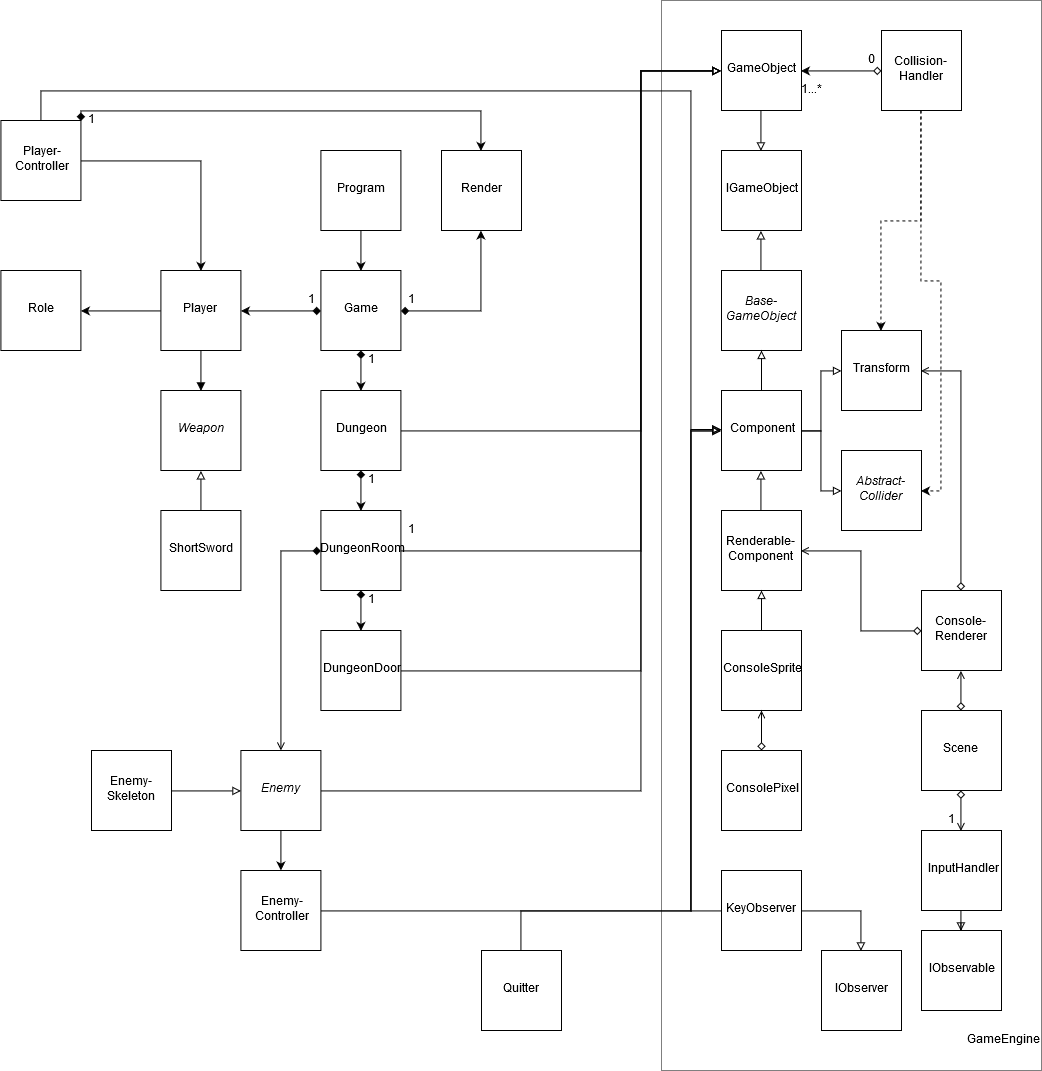
Earlier version of the draw.io export DiabloUml.png (JBernardoRebelo/Projeto2_LPII_Fernandez_Rebelo). Source tidied: cells renumbered, new cells last; positions are measured from the earlier drawing's top-left corner, leaving out a move shared by most shapes.
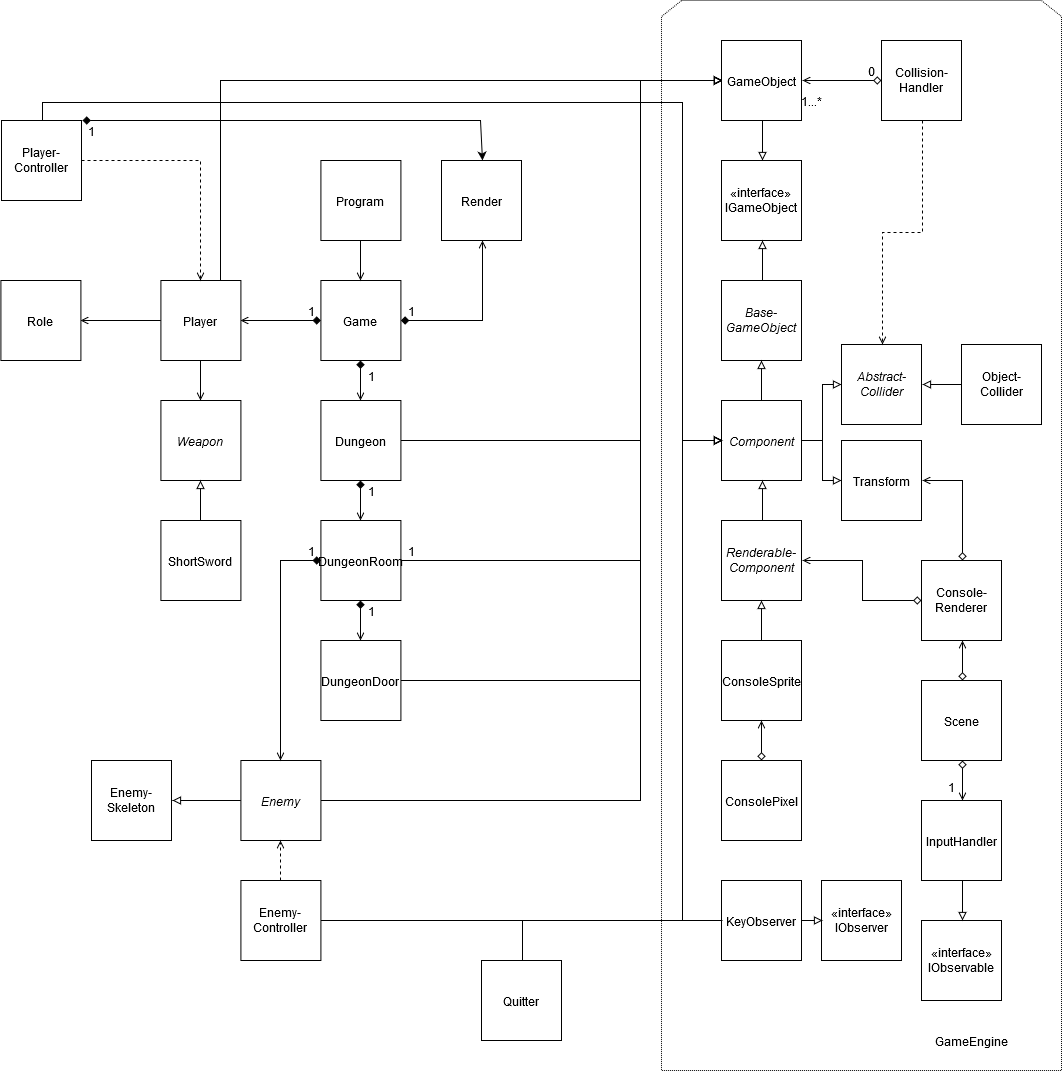
The same file after the commit.

Commit message:
Update README, UML, XML

What changed in the source:
```diff
@@ -4,9 +4,9 @@
     <mxCell id="1" parent="0" />
-    <mxCell id="2" style="edgeStyle=orthogonalEdgeStyle;rounded=0;jettySize=auto;html=1;startArrow=diamond;startFill=1;" parent="1" edge="1" source="5" target="6">
+    <mxCell id="2" style="edgeStyle=orthogonalEdgeStyle;rounded=0;jettySize=auto;html=1;startArrow=diamond;startFill=1;endArrow=open;endFill=0;" parent="1" edge="1" source="5" target="6">
       <mxGeometry relative="1" as="geometry" />
     </mxCell>
-    <mxCell id="3" style="edgeStyle=orthogonalEdgeStyle;rounded=0;jettySize=auto;html=1;entryX=0.5;entryY=0;entryDx=0;entryDy=0;startArrow=diamond;startFill=1;" parent="1" edge="1" source="5" target="12">
+    <mxCell id="3" style="edgeStyle=orthogonalEdgeStyle;rounded=0;jettySize=auto;html=1;entryX=0.5;entryY=0;entryDx=0;entryDy=0;startArrow=diamond;startFill=1;endArrow=open;endFill=0;" parent="1" edge="1" source="5" target="12">
       <mxGeometry relative="1" as="geometry" />
     </mxCell>
-    <mxCell id="4" style="edgeStyle=orthogonalEdgeStyle;rounded=0;jettySize=auto;html=1;entryX=1;entryY=0.5;entryDx=0;entryDy=0;startArrow=diamond;startFill=1;" parent="1" edge="1" source="5" target="19">
+    <mxCell id="4" style="edgeStyle=orthogonalEdgeStyle;rounded=0;jettySize=auto;html=1;entryX=1;entryY=0.5;entryDx=0;entryDy=0;startArrow=diamond;startFill=1;endArrow=open;endFill=0;" parent="1" edge="1" source="5" target="19">
       <mxGeometry relative="1" as="geometry" />
@@ -19,5 +19,2 @@
     </mxCell>
-    <mxCell id="7" style="edgeStyle=orthogonalEdgeStyle;rounded=0;jettySize=auto;html=1;" parent="1" edge="1" source="9" target="31">
-      <mxGeometry relative="1" as="geometry" />
-    </mxCell>
     <mxCell id="8" style="edgeStyle=orthogonalEdgeStyle;rounded=0;jettySize=auto;html=1;entryX=0;entryY=0.5;entryDx=0;entryDy=0;startArrow=none;startFill=0;endArrow=block;endFill=0;" parent="1" edge="1" source="9" target="46">
@@ -30,2 +27,5 @@
     </mxCell>
+    <mxCell id="84" style="edgeStyle=orthogonalEdgeStyle;rounded=0;jettySize=auto;html=1;entryX=1;entryY=0.5;entryDx=0;entryDy=0;endArrow=block;endFill=0;" parent="1" edge="1" source="9" target="24">
+      <mxGeometry relative="1" as="geometry" />
+    </mxCell>
     <mxCell id="9" value="&lt;i&gt;Enemy&lt;/i&gt;" style="whiteSpace=wrap;html=1;" parent="1" vertex="1">
@@ -33,3 +33,3 @@
     </mxCell>
-    <mxCell id="10" style="edgeStyle=orthogonalEdgeStyle;rounded=0;jettySize=auto;html=1;entryX=0.5;entryY=0;entryDx=0;entryDy=0;startArrow=diamond;startFill=1;" parent="1" edge="1" source="12" target="16">
+    <mxCell id="10" style="edgeStyle=orthogonalEdgeStyle;rounded=0;jettySize=auto;html=1;entryX=0.5;entryY=0;entryDx=0;entryDy=0;startArrow=diamond;startFill=1;endArrow=open;endFill=0;" parent="1" edge="1" source="12" target="16">
       <mxGeometry relative="1" as="geometry" />
@@ -47,3 +47,3 @@
     </mxCell>
-    <mxCell id="13" style="edgeStyle=orthogonalEdgeStyle;rounded=0;jettySize=auto;html=1;entryX=0.5;entryY=0;entryDx=0;entryDy=0;startArrow=diamond;startFill=1;" parent="1" edge="1" source="16" target="29">
+    <mxCell id="13" style="edgeStyle=orthogonalEdgeStyle;rounded=0;jettySize=auto;html=1;entryX=0.5;entryY=0;entryDx=0;entryDy=0;startArrow=diamond;startFill=1;endArrow=open;endFill=0;" parent="1" edge="1" source="16" target="29">
       <mxGeometry relative="1" as="geometry" />
@@ -68,8 +68,11 @@
     </mxCell>
-    <mxCell id="17" style="edgeStyle=orthogonalEdgeStyle;rounded=0;jettySize=auto;html=1;entryX=0.5;entryY=0;entryDx=0;entryDy=0;endArrow=block;endFill=1;" parent="1" edge="1" source="19" target="25">
+    <mxCell id="17" style="edgeStyle=orthogonalEdgeStyle;rounded=0;jettySize=auto;html=1;entryX=0.5;entryY=0;entryDx=0;entryDy=0;endArrow=open;endFill=0;" parent="1" edge="1" source="19" target="25">
       <mxGeometry relative="1" as="geometry" />
     </mxCell>
-    <mxCell id="18" style="edgeStyle=orthogonalEdgeStyle;rounded=0;jettySize=auto;html=1;entryX=1;entryY=0.5;entryDx=0;entryDy=0;" parent="1" edge="1" source="19" target="20">
+    <mxCell id="18" style="edgeStyle=orthogonalEdgeStyle;rounded=0;jettySize=auto;html=1;entryX=1;entryY=0.5;entryDx=0;entryDy=0;endArrow=open;endFill=0;" parent="1" edge="1" source="19" target="20">
       <mxGeometry relative="1" as="geometry" />
     </mxCell>
+    <mxCell id="85" style="edgeStyle=orthogonalEdgeStyle;rounded=0;jettySize=auto;html=1;exitX=0.75;exitY=0;exitDx=0;exitDy=0;entryX=0;entryY=0.5;entryDx=0;entryDy=0;endArrow=block;endFill=0;" parent="1" edge="1" source="19" target="46">
+      <mxGeometry relative="1" as="geometry" />
+    </mxCell>
     <mxCell id="19" value="Player" style="whiteSpace=wrap;html=1;" parent="1" vertex="1">
@@ -80,3 +83,3 @@
     </mxCell>
-    <mxCell id="21" style="edgeStyle=orthogonalEdgeStyle;rounded=0;jettySize=auto;html=1;entryX=0.5;entryY=0;entryDx=0;entryDy=0;startArrow=none;startFill=0;" parent="1" edge="1" source="22" target="5">
+    <mxCell id="21" style="edgeStyle=orthogonalEdgeStyle;rounded=0;jettySize=auto;html=1;entryX=0.5;entryY=0;entryDx=0;entryDy=0;startArrow=none;startFill=0;endArrow=open;endFill=0;" parent="1" edge="1" source="22" target="5">
       <mxGeometry relative="1" as="geometry" />
@@ -86,5 +89,2 @@
     </mxCell>
-    <mxCell id="23" style="edgeStyle=orthogonalEdgeStyle;rounded=0;jettySize=auto;html=1;exitX=1;exitY=0.5;exitDx=0;exitDy=0;entryX=0;entryY=0.5;entryDx=0;entryDy=0;startArrow=none;startFill=0;endArrow=block;endFill=0;" parent="1" edge="1" source="24" target="9">
-      <mxGeometry relative="1" as="geometry" />
-    </mxCell>
     <mxCell id="24" value="Enemy-Skeleton" style="whiteSpace=wrap;html=1;" parent="1" vertex="1">
@@ -112,8 +112,9 @@
     </mxCell>
-    <mxCell id="30" style="edgeStyle=orthogonalEdgeStyle;rounded=0;jettySize=auto;html=1;startArrow=none;startFill=0;endArrow=block;endFill=0;" parent="1" edge="1" source="31">
+    <mxCell id="30" style="edgeStyle=orthogonalEdgeStyle;rounded=0;orthogonalLoop=1;jettySize=auto;html=1;startArrow=none;startFill=0;endArrow=block;endFill=0;" parent="1" edge="1">
       <mxGeometry relative="1" as="geometry">
+        <mxPoint x="320.4" y="910" as="sourcePoint" />
         <mxPoint x="721" y="429" as="targetPoint" />
         <Array as="points">
-          <mxPoint x="690" y="910" />
-          <mxPoint x="690" y="429" />
+          <mxPoint x="681" y="910" />
+          <mxPoint x="681" y="429" />
         </Array>
@@ -121,2 +122,5 @@
     </mxCell>
+    <mxCell id="86" style="edgeStyle=orthogonalEdgeStyle;rounded=0;jettySize=auto;html=1;entryX=0.5;entryY=1;entryDx=0;entryDy=0;endArrow=open;endFill=0;dashed=1;" parent="1" edge="1" source="31" target="9">
+      <mxGeometry relative="1" as="geometry" />
+    </mxCell>
     <mxCell id="31" value="&lt;div&gt;Enemy-&lt;/div&gt;&lt;div&gt;Controller&lt;/div&gt;" style="whiteSpace=wrap;html=1;" parent="1" vertex="1">
@@ -124,3 +128,3 @@
     </mxCell>
-    <mxCell id="32" style="edgeStyle=orthogonalEdgeStyle;rounded=0;jettySize=auto;html=1;entryX=0.5;entryY=0;entryDx=0;entryDy=0;" parent="1" edge="1" source="35" target="19">
+    <mxCell id="32" style="edgeStyle=orthogonalEdgeStyle;rounded=0;jettySize=auto;html=1;entryX=0.5;entryY=0;entryDx=0;entryDy=0;dashed=1;endArrow=open;endFill=0;" parent="1" edge="1" source="35" target="19">
       <mxGeometry relative="1" as="geometry" />
@@ -134,9 +138,10 @@
     </mxCell>
-    <mxCell id="34" style="edgeStyle=orthogonalEdgeStyle;rounded=0;jettySize=auto;html=1;startArrow=none;startFill=0;endArrow=block;endFill=0;" parent="1" edge="1" source="35">
+    <mxCell id="34" style="edgeStyle=orthogonalEdgeStyle;rounded=0;orthogonalLoop=1;jettySize=auto;html=1;startArrow=none;startFill=0;endArrow=block;endFill=0;" parent="1" edge="1">
       <mxGeometry relative="1" as="geometry">
-        <mxPoint x="721" y="429" as="targetPoint" />
+        <mxPoint x="41" y="111" as="sourcePoint" />
+        <mxPoint x="721" y="430" as="targetPoint" />
         <Array as="points">
-          <mxPoint x="40" y="90" />
-          <mxPoint x="690" y="90" />
-          <mxPoint x="690" y="429" />
+          <mxPoint x="41" y="91" />
+          <mxPoint x="681" y="91" />
+          <mxPoint x="681" y="430" />
         </Array>
@@ -145,3 +150,3 @@
     <mxCell id="35" value="&lt;div&gt;Player-&lt;/div&gt;&lt;div&gt;Controller&lt;br&gt;&lt;/div&gt;" style="whiteSpace=wrap;html=1;" parent="1" vertex="1">
-      <mxGeometry x="0.4" y="120" width="80" height="80" as="geometry" />
+      <mxGeometry x="1" y="110" width="80" height="80" as="geometry" />
     </mxCell>
@@ -151,4 +156,4 @@
           <mxPoint x="521" y="910" />
-          <mxPoint x="690" y="910" />
-          <mxPoint x="690" y="430" />
+          <mxPoint x="681" y="910" />
+          <mxPoint x="681" y="430" />
         </Array>
@@ -166,3 +171,3 @@
     <mxCell id="40" value="1" style="text;html=1;strokeColor=none;fillColor=none;align=center;verticalAlign=middle;whiteSpace=wrap;rounded=0;" parent="1" vertex="1">
-      <mxGeometry x="351" y="350" width="40" height="20" as="geometry" />
+      <mxGeometry x="356" y="360" width="30" height="10" as="geometry" />
     </mxCell>
@@ -172,3 +177,3 @@
     <mxCell id="42" value="1" style="text;html=1;strokeColor=none;fillColor=none;align=center;verticalAlign=middle;whiteSpace=wrap;rounded=0;" parent="1" vertex="1">
-      <mxGeometry x="391" y="520" width="40" height="20" as="geometry" />
+      <mxGeometry x="391" y="530" width="40" height="20" as="geometry" />
     </mxCell>
@@ -186,3 +191,3 @@
     </mxCell>
-    <mxCell id="47" value="&lt;div&gt;IGameObject&lt;/div&gt;" style="whiteSpace=wrap;html=1;" parent="1" vertex="1">
+    <mxCell id="47" value="&lt;div&gt;«interface»&lt;br&gt;&lt;/div&gt;&lt;div&gt;IGameObject&lt;/div&gt;" style="whiteSpace=wrap;html=1;" parent="1" vertex="1">
       <mxGeometry x="721" y="150" width="80" height="80" as="geometry" />
@@ -204,3 +209,3 @@
     </mxCell>
-    <mxCell id="53" value="Component" style="whiteSpace=wrap;html=1;" parent="1" vertex="1">
+    <mxCell id="53" value="&lt;i&gt;Component&lt;/i&gt;" style="whiteSpace=wrap;html=1;" parent="1" vertex="1">
       <mxGeometry x="721" y="390" width="80" height="80" as="geometry" />
@@ -208,6 +213,6 @@
     <mxCell id="54" value="Transform" style="whiteSpace=wrap;html=1;" parent="1" vertex="1">
-      <mxGeometry x="841" y="330" width="80" height="80" as="geometry" />
+      <mxGeometry x="841" y="430" width="80" height="80" as="geometry" />
     </mxCell>
     <mxCell id="55" value="&lt;i&gt;Abstract-Collider&lt;/i&gt;" style="whiteSpace=wrap;html=1;" parent="1" vertex="1">
-      <mxGeometry x="841" y="450" width="80" height="80" as="geometry" />
+      <mxGeometry x="841" y="334" width="80" height="80" as="geometry" />
     </mxCell>
@@ -216,14 +221,11 @@
     </mxCell>
-    <mxCell id="57" value="Renderable-Component" style="whiteSpace=wrap;html=1;" parent="1" vertex="1">
+    <mxCell id="57" value="&lt;i&gt;Renderable-Component&lt;/i&gt;" style="whiteSpace=wrap;html=1;" parent="1" vertex="1">
       <mxGeometry x="721" y="510" width="80" height="80" as="geometry" />
     </mxCell>
-    <mxCell id="58" style="edgeStyle=orthogonalEdgeStyle;rounded=0;jettySize=auto;html=1;entryX=1;entryY=0.5;entryDx=0;entryDy=0;startArrow=diamond;startFill=0;endArrow=classic;endFill=1;" parent="1" edge="1" source="61" target="46">
+    <mxCell id="58" style="edgeStyle=orthogonalEdgeStyle;rounded=0;jettySize=auto;html=1;entryX=1;entryY=0.5;entryDx=0;entryDy=0;startArrow=diamond;startFill=0;endArrow=open;endFill=0;" parent="1" edge="1" source="61" target="46">
       <mxGeometry relative="1" as="geometry" />
     </mxCell>
-    <mxCell id="59" style="edgeStyle=orthogonalEdgeStyle;rounded=0;jettySize=auto;html=1;entryX=1;entryY=0.5;entryDx=0;entryDy=0;startArrow=none;startFill=0;endArrow=classic;endFill=1;dashed=1;" parent="1" edge="1" source="61" target="55">
+    <mxCell id="59" style="edgeStyle=orthogonalEdgeStyle;rounded=0;jettySize=auto;html=1;endArrow=open;endFill=0;dashed=1;" parent="1" edge="1" source="61" target="55">
       <mxGeometry relative="1" as="geometry" />
     </mxCell>
-    <mxCell id="60" style="edgeStyle=orthogonalEdgeStyle;rounded=0;jettySize=auto;html=1;entryX=0.5;entryY=0;entryDx=0;entryDy=0;dashed=1;startArrow=none;startFill=0;endArrow=classic;endFill=1;" parent="1" edge="1" source="61" target="54">
-      <mxGeometry relative="1" as="geometry" />
-    </mxCell>
     <mxCell id="61" value="Collision-Handler" style="whiteSpace=wrap;html=1;" parent="1" vertex="1">
@@ -244,3 +246,3 @@
     <mxCell id="66" value="Scene" style="whiteSpace=wrap;html=1;" parent="1" vertex="1">
-      <mxGeometry x="921" y="710" width="80" height="80" as="geometry" />
+      <mxGeometry x="921" y="670" width="80" height="80" as="geometry" />
     </mxCell>
@@ -259,3 +261,3 @@
     <mxCell id="71" value="Console-Renderer" style="whiteSpace=wrap;html=1;" parent="1" vertex="1">
-      <mxGeometry x="921" y="590" width="80" height="80" as="geometry" />
+      <mxGeometry x="921" y="550" width="80" height="80" as="geometry" />
     </mxCell>
@@ -267,3 +269,3 @@
     </mxCell>
-    <mxCell id="74" style="edgeStyle=orthogonalEdgeStyle;rounded=0;jettySize=auto;html=1;entryX=0.5;entryY=0;entryDx=0;entryDy=0;startArrow=none;startFill=0;endArrow=block;endFill=0;" parent="1" edge="1" source="75" target="82">
+    <mxCell id="74" style="edgeStyle=orthogonalEdgeStyle;rounded=0;jettySize=auto;html=1;entryX=0.5;entryY=0;entryDx=0;entryDy=0;endArrow=block;endFill=0;" parent="1" edge="1" source="75" target="82">
       <mxGeometry relative="1" as="geometry" />
@@ -271,18 +273,17 @@
     <mxCell id="75" value="InputHandler" style="whiteSpace=wrap;html=1;" parent="1" vertex="1">
-      <mxGeometry x="921" y="830" width="80" height="80" as="geometry" />
+      <mxGeometry x="921" y="790" width="80" height="80" as="geometry" />
     </mxCell>
     <mxCell id="76" value="1" style="text;html=1;strokeColor=none;fillColor=none;align=center;verticalAlign=middle;whiteSpace=wrap;rounded=0;" parent="1" vertex="1">
-      <mxGeometry x="931" y="810" width="40" height="20" as="geometry" />
+      <mxGeometry x="931" y="766" width="40" height="20" as="geometry" />
     </mxCell>
     <mxCell id="77" value="GameEngine" style="text;html=1;strokeColor=none;fillColor=none;align=center;verticalAlign=middle;whiteSpace=wrap;rounded=0;" parent="1" vertex="1">
-      <mxGeometry x="981" y="1030" width="40" height="20" as="geometry" />
+      <mxGeometry x="951" y="1020" width="40" height="20" as="geometry" />
     </mxCell>
-    <mxCell id="78" style="edgeStyle=orthogonalEdgeStyle;rounded=0;jettySize=auto;html=1;entryX=0.5;entryY=0;entryDx=0;entryDy=0;startArrow=none;startFill=0;endArrow=block;endFill=0;" parent="1" edge="1" source="80" target="81">
-      <mxGeometry relative="1" as="geometry" />
-    </mxCell>
-    <mxCell id="79" style="edgeStyle=orthogonalEdgeStyle;rounded=0;jettySize=auto;html=1;entryX=0;entryY=0.5;entryDx=0;entryDy=0;startArrow=none;startFill=0;endArrow=block;endFill=0;" parent="1" edge="1" source="80" target="53">
+    <mxCell id="79" style="edgeStyle=orthogonalEdgeStyle;rounded=0;orthogonalLoop=1;jettySize=auto;html=1;entryX=0;entryY=0.5;entryDx=0;entryDy=0;startArrow=none;startFill=0;endArrow=block;endFill=0;" parent="1" edge="1">
       <mxGeometry relative="1" as="geometry">
+        <mxPoint x="721" y="910" as="sourcePoint" />
+        <mxPoint x="721" y="430" as="targetPoint" />
         <Array as="points">
-          <mxPoint x="691" y="910" />
-          <mxPoint x="691" y="430" />
+          <mxPoint x="681" y="910" />
+          <mxPoint x="681" y="430" />
         </Array>
@@ -290,2 +291,8 @@
     </mxCell>
+    <mxCell id="87" style="edgeStyle=orthogonalEdgeStyle;rounded=0;orthogonalLoop=1;jettySize=auto;html=1;entryX=0;entryY=0.5;entryDx=0;entryDy=0;endArrow=block;endFill=0;" parent="1" edge="1">
+      <mxGeometry relative="1" as="geometry">
+        <mxPoint x="801" y="910" as="sourcePoint" />
+        <mxPoint x="821" y="910" as="targetPoint" />
+      </mxGeometry>
+    </mxCell>
     <mxCell id="80" value="KeyObserver" style="whiteSpace=wrap;html=1;fillColor=none;" parent="1" vertex="1">
@@ -293,11 +300,20 @@
     </mxCell>
-    <mxCell id="81" value="IObserver" style="whiteSpace=wrap;html=1;fillColor=none;" parent="1" vertex="1">
-      <mxGeometry x="821" y="950" width="80" height="80" as="geometry" />
+    <mxCell id="81" value="«interface»&lt;div&gt;IObserver&lt;/div&gt;" style="whiteSpace=wrap;html=1;fillColor=none;" parent="1" vertex="1">
+      <mxGeometry x="821" y="870" width="80" height="80" as="geometry" />
     </mxCell>
-    <mxCell id="82" value="IObservable" style="whiteSpace=wrap;html=1;fillColor=none;" parent="1" vertex="1">
-      <mxGeometry x="921" y="930" width="80" height="80" as="geometry" />
+    <mxCell id="82" value="«interface»&lt;div&gt;IObservable&lt;/div&gt;" style="whiteSpace=wrap;html=1;fillColor=none;" parent="1" vertex="1">
+      <mxGeometry x="921" y="910" width="80" height="80" as="geometry" />
     </mxCell>
-    <mxCell id="83" style="rounded=0;whiteSpace=wrap;html=1;comic=0;fillColor=none;dashed=1;dashPattern=1 1;" parent="1" vertex="1">
-      <mxGeometry x="661" width="380" height="1070" as="geometry" />
-    </mxCell>
+    <mxCell id="88" style="edgeStyle=orthogonalEdgeStyle;rounded=0;jettySize=auto;html=1;entryX=1;entryY=0.5;entryDx=0;entryDy=0;endArrow=block;endFill=0;" parent="1" edge="1" source="89" target="55">
+      <mxGeometry relative="1" as="geometry" />
+    </mxCell>
+    <mxCell id="89" value="Object-Collider" style="whiteSpace=wrap;html=1;" parent="1" vertex="1">
+      <mxGeometry x="961" y="334" width="80" height="80" as="geometry" />
+    </mxCell>
+    <mxCell id="90" value="1" style="text;html=1;strokeColor=none;fillColor=none;align=center;verticalAlign=middle;whiteSpace=wrap;rounded=0;" parent="1" vertex="1">
+      <mxGeometry x="291" y="530" width="40" height="20" as="geometry" />
+    </mxCell>
+    <mxCell id="91" style="shape=loopLimit;whiteSpace=wrap;html=1;fillColor=none;dashed=1;dashPattern=1 1;" parent="1" vertex="1">
+      <mxGeometry x="661" y="-10" width="400" height="1070" as="geometry" />
+    </mxCell>
   </root>
```
